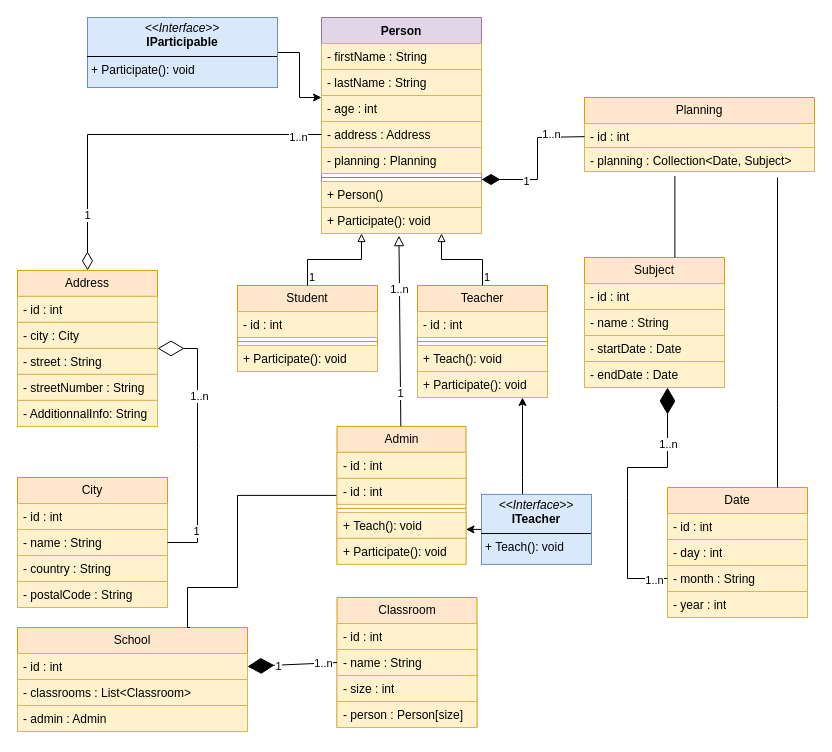
Earlier version of the draw.io diagram UML/Class_diagram.drawio (KMorere/school_uml). Source tidied: cells renumbered, new cells numbered last; positions are measured from the earlier drawing's top-left corner, leaving out a move shared by most shapes. Both pictures are drawn from the tidied source at 100%, with x=0, y=0 at pixel (17, 17).
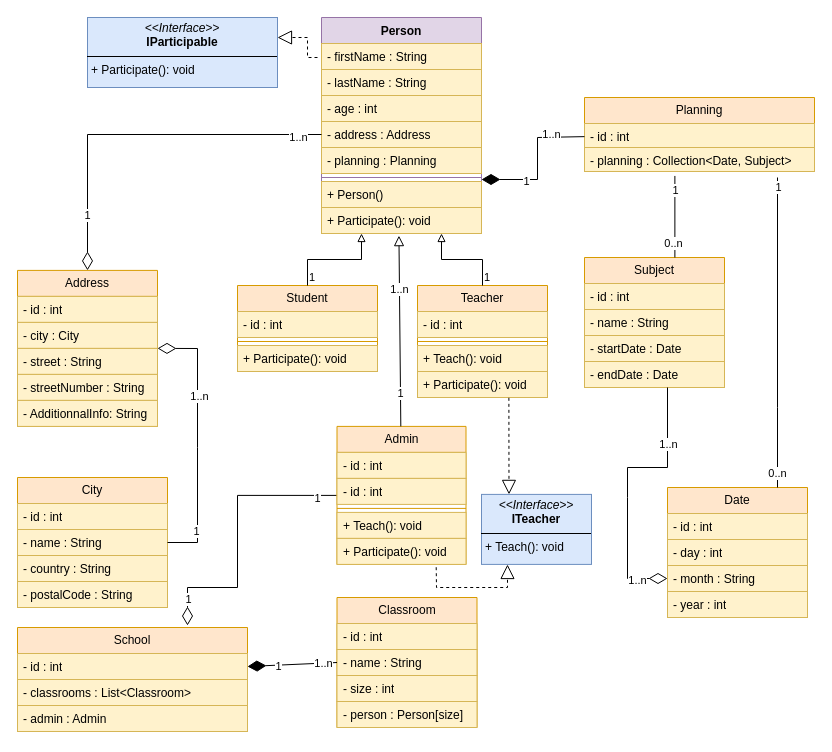
The same diagram, later.

Commit message:
Updated the class diagram for the interface.

The change refers to these unchanged cells:
```xml
<mxCell id="2" value="Person" style="swimlane;fontStyle=1;align=center;verticalAlign=top;horizontal=1;startSize=26;whiteSpace=wrap;html=1;fillColor=#e1d5e7;strokeColor=#9673a6;" parent="1" vertex="1">
  <mxGeometry x="304" width="160" height="216" as="geometry" />
</mxCell>
<mxCell id="14" value="Address" style="swimlane;fontStyle=0;horizontal=1;startSize=26;fillColor=#ffe6cc;whiteSpace=wrap;html=1;strokeColor=#d79b00;" parent="1" vertex="1">
  <mxGeometry y="252.9" width="140" height="156" as="geometry" />
</mxCell>
<mxCell id="22" value="- name : String" style="text;strokeColor=#d6b656;fillColor=#fff2cc;align=left;verticalAlign=top;spacingLeft=4;spacingRight=4;overflow=hidden;points=[[0,0.5],[1,0.5]];portConstraint=eastwest;whiteSpace=wrap;html=1;" parent="20" vertex="1">
  <mxGeometry y="52" width="140" height="26" as="geometry" />
</mxCell>
<mxCell id="33" value="- month : String" style="text;strokeColor=#d6b656;fillColor=#fff2cc;align=left;verticalAlign=top;spacingLeft=4;spacingRight=4;overflow=hidden;points=[[0,0.5],[1,0.5]];portConstraint=eastwest;whiteSpace=wrap;html=1;" parent="30" vertex="1">
  <mxGeometry y="78" width="140" height="26" as="geometry" />
</mxCell>
<mxCell id="38" value="School" style="swimlane;fontStyle=0;horizontal=1;startSize=26;fillColor=#ffe6cc;whiteSpace=wrap;html=1;strokeColor=#d79b00;" parent="1" vertex="1">
  <mxGeometry y="610" width="230" height="104" as="geometry" />
</mxCell>
<mxCell id="39" value="- id : int" style="text;strokeColor=#d6b656;fillColor=#fff2cc;align=left;verticalAlign=top;spacingLeft=4;spacingRight=4;overflow=hidden;points=[[0,0.5],[1,0.5]];portConstraint=eastwest;whiteSpace=wrap;html=1;" parent="38" vertex="1">
  <mxGeometry y="26" width="230" height="26" as="geometry" />
</mxCell>
<mxCell id="42" style="edgeStyle=orthogonalEdgeStyle;rounded=0;jettySize=auto;html=1;endArrow=none;endFill=0;" parent="1" edge="1" target="30">
  <mxGeometry relative="1" as="geometry">
    <mxPoint x="760" y="160" as="sourcePoint" />
    <Array as="points">
      <mxPoint x="760" y="390" />
      <mxPoint x="760" y="390" />
    </Array>
  </mxGeometry>
</mxCell>
<mxCell id="43" style="edgeStyle=orthogonalEdgeStyle;rounded=0;jettySize=auto;html=1;endArrow=none;endFill=0;exitX=0.393;exitY=1.185;exitDx=0;exitDy=0;exitPerimeter=0;" parent="1" edge="1" source="37" target="25">
  <mxGeometry relative="1" as="geometry">
    <Array as="points">
      <mxPoint x="620" y="290" />
      <mxPoint x="620" y="290" />
    </Array>
  </mxGeometry>
</mxCell>
<mxCell id="48" value="Teacher" style="swimlane;fontStyle=0;horizontal=1;startSize=26;fillColor=#ffe6cc;whiteSpace=wrap;html=1;strokeColor=#d79b00;" parent="1" vertex="1">
  <mxGeometry x="400" y="268" width="130" height="112" as="geometry" />
</mxCell>
<mxCell id="52" value="+ Participate(): void" style="text;strokeColor=#d6b656;fillColor=#fff2cc;align=left;verticalAlign=top;spacingLeft=4;spacingRight=4;overflow=hidden;points=[[0,0.5],[1,0.5]];portConstraint=eastwest;whiteSpace=wrap;html=1;" parent="48" vertex="1">
  <mxGeometry y="86" width="130" height="26" as="geometry" />
</mxCell>
<mxCell id="54" value="Admin" style="swimlane;fontStyle=0;horizontal=1;startSize=26;fillColor=#ffe6cc;whiteSpace=wrap;html=1;strokeColor=#d79b00;" parent="1" vertex="1">
  <mxGeometry x="319.5" y="408.9" width="129" height="138" as="geometry" />
</mxCell>
<mxCell id="59" value="+ Participate(): void" style="text;strokeColor=#d6b656;fillColor=#fff2cc;align=left;verticalAlign=top;spacingLeft=4;spacingRight=4;overflow=hidden;points=[[0,0.5],[1,0.5]];portConstraint=eastwest;whiteSpace=wrap;html=1;" parent="54" vertex="1">
  <mxGeometry y="112" width="129" height="26" as="geometry" />
</mxCell>
<mxCell id="60" value="City" style="swimlane;fontStyle=0;horizontal=1;startSize=26;fillColor=#ffe6cc;whiteSpace=wrap;html=1;strokeColor=#d79b00;" parent="1" vertex="1">
  <mxGeometry y="460" width="150" height="130" as="geometry" />
</mxCell>
<mxCell id="86" value="&lt;p style=&quot;margin:0px;margin-top:4px;text-align:center;&quot;&gt;&lt;i&gt;&amp;lt;&amp;lt;Interface&amp;gt;&amp;gt;&lt;/i&gt;&lt;br&gt;&lt;b&gt;ITeacher&lt;/b&gt;&lt;/p&gt;&lt;hr size=&quot;1&quot; style=&quot;border-style:solid;&quot;&gt;&lt;p style=&quot;margin:0px;margin-left:4px;&quot;&gt;+ Teach(): void&lt;br&gt;&lt;/p&gt;" style="verticalAlign=top;align=left;overflow=fill;html=1;whiteSpace=wrap;fillColor=#dae8fc;strokeColor=#6c8ebf;" parent="1" vertex="1">
  <mxGeometry x="464" y="476.9" width="110" height="70" as="geometry" />
</mxCell>
<mxCell id="88" value="&lt;p style=&quot;margin:0px;margin-top:4px;text-align:center;&quot;&gt;&lt;i&gt;&amp;lt;&amp;lt;Interface&amp;gt;&amp;gt;&lt;/i&gt;&lt;br&gt;&lt;b&gt;IParticipable&lt;/b&gt;&lt;/p&gt;&lt;hr size=&quot;1&quot; style=&quot;border-style:solid;&quot;&gt;&lt;p style=&quot;margin:0px;margin-left:4px;&quot;&gt;+ Participate(): void&lt;br&gt;&lt;/p&gt;" style="verticalAlign=top;align=left;overflow=fill;html=1;whiteSpace=wrap;fillColor=#dae8fc;strokeColor=#6c8ebf;" parent="1" vertex="1">
  <mxGeometry x="70" width="190" height="70" as="geometry" />
</mxCell>
```

Change to the diagram source:
```diff
@@
+    <mxCell id="89" value="1" style="edgeLabel;html=1;align=center;verticalAlign=middle;" parent="42" vertex="1">
+      <mxGeometry x="-0.94" relative="1" as="geometry" />
+    </mxCell>
+    <mxCell id="90" value="0..n" style="edgeLabel;html=1;align=center;verticalAlign=middle;" parent="42" vertex="1">
+      <mxGeometry x="0.9" y="-1" relative="1" as="geometry" />
+    </mxCell>
@@
+    <mxCell id="91" value="1" style="edgeLabel;html=1;align=center;verticalAlign=middle;" parent="43" vertex="1">
+      <mxGeometry x="-0.66" relative="1" as="geometry" />
+    </mxCell>
+    <mxCell id="92" value="0..n" style="edgeLabel;html=1;align=center;verticalAlign=middle;" parent="43" vertex="1">
+      <mxGeometry x="0.64" y="-2" relative="1" as="geometry" />
+    </mxCell>
@@
-    <mxCell id="53" style="edgeStyle=orthogonalEdgeStyle;rounded=0;jettySize=auto;html=1;entryX=0.75;entryY=0;entryDx=0;entryDy=0;endArrow=none;endFill=0;" parent="1" edge="1" source="54" target="38">
+    <mxCell id="53" style="edgeStyle=orthogonalEdgeStyle;rounded=0;jettySize=auto;html=1;endArrow=diamondThin;endFill=0;endSize=16;" parent="1" edge="1" source="54">
       <mxGeometry relative="1" as="geometry">
+        <mxPoint x="170" y="608" as="targetPoint" />
         <Array as="points">
           <mxPoint x="220" y="478" />
           <mxPoint x="220" y="570" />
           <mxPoint x="170" y="570" />
-          <mxPoint x="170" y="610" />
         </Array>
       </mxGeometry>
     </mxCell>
+    <mxCell id="93" value="1" style="edgeLabel;html=1;align=center;verticalAlign=middle;" parent="53" vertex="1">
+      <mxGeometry x="0.85" relative="1" as="geometry">
+        <mxPoint y="-6" as="offset" />
+      </mxGeometry>
+    </mxCell>
+    <mxCell id="94" value="1" style="edgeLabel;html=1;align=center;verticalAlign=middle;" parent="53" vertex="1">
+      <mxGeometry x="-0.85" y="3" relative="1" as="geometry">
+        <mxPoint x="1" as="offset" />
+      </mxGeometry>
+    </mxCell>
@@
-    <mxCell id="68" style="endArrow=diamondThin;endFill=1;endSize=24;html=1;rounded=0;entryX=1;entryY=0.5;entryDx=0;entryDy=0;exitX=0;exitY=0.5;exitDx=0;exitDy=0;" parent="1" edge="1" source="22" target="39">
+    <mxCell id="68" style="endArrow=diamondThin;endFill=1;endSize=16;html=1;rounded=0;entryX=1;entryY=0.5;entryDx=0;entryDy=0;exitX=0;exitY=0.5;exitDx=0;exitDy=0;" parent="1" edge="1" source="22" target="39">
       <mxGeometry relative="1" as="geometry" />
     </mxCell>
@@
-    <mxCell id="71" style="endArrow=diamondThin;endFill=0;endSize=24;html=1;rounded=0;exitX=1;exitY=0.5;exitDx=0;exitDy=0;entryX=1;entryY=0.5;entryDx=0;entryDy=0;" parent="1" edge="1" source="60" target="14">
+    <mxCell id="71" style="endArrow=diamondThin;endFill=0;endSize=16;html=1;rounded=0;exitX=1;exitY=0.5;exitDx=0;exitDy=0;entryX=1;entryY=0.5;entryDx=0;entryDy=0;" parent="1" edge="1" source="60" target="14">
       <mxGeometry relative="1" as="geometry">
         <Array as="points">
           <mxPoint x="180" y="525" />
           <mxPoint x="180" y="430" />
           <mxPoint x="180" y="331" />
         </Array>
       </mxGeometry>
     </mxCell>
@@
-    <mxCell id="74" style="endArrow=diamondThin;endFill=1;endSize=24;html=1;rounded=0;exitX=0;exitY=0.5;exitDx=0;exitDy=0;" parent="1" edge="1" source="33">
+    <mxCell id="74" style="endArrow=none;endFill=0;endSize=6;html=1;rounded=0;exitX=0;exitY=0.5;exitDx=0;exitDy=0;startArrow=diamondThin;startFill=0;startSize=16;" parent="1" edge="1" source="33">
       <mxGeometry relative="1" as="geometry">
         <mxPoint x="650" y="370" as="targetPoint" />
         <Array as="points">
           <mxPoint x="610" y="561" />
           <mxPoint x="610" y="480" />
           <mxPoint x="610" y="450" />
           <mxPoint x="650" y="450" />
         </Array>
       </mxGeometry>
     </mxCell>
     <mxCell id="75" value="1..n" style="edgeLabel;html=1;align=center;verticalAlign=middle;" parent="74" vertex="1">
-      <mxGeometry x="-0.9" y="1" relative="1" as="geometry" />
+      <mxGeometry x="-0.9" y="1" relative="1" as="geometry">
+        <mxPoint x="-17" as="offset" />
+      </mxGeometry>
     </mxCell>
@@
-    <mxCell id="84" style="edgeStyle=orthogonalEdgeStyle;rounded=0;jettySize=auto;html=1;" parent="1" edge="1" source="86" target="54">
-      <mxGeometry relative="1" as="geometry">
-        <Array as="points">
-          <mxPoint x="380" y="540" />
-          <mxPoint x="380" y="540" />
-        </Array>
-      </mxGeometry>
-    </mxCell>
-    <mxCell id="85" style="edgeStyle=orthogonalEdgeStyle;rounded=0;jettySize=auto;html=1;" parent="1" edge="1" source="86" target="48">
-      <mxGeometry relative="1" as="geometry">
-        <Array as="points">
-          <mxPoint x="505" y="460" />
-          <mxPoint x="505" y="460" />
-        </Array>
-      </mxGeometry>
-    </mxCell>
@@
-    <mxCell id="87" style="edgeStyle=orthogonalEdgeStyle;rounded=0;jettySize=auto;html=1;" parent="1" edge="1" source="88" target="2">
-      <mxGeometry relative="1" as="geometry">
-        <Array as="points">
-          <mxPoint x="282" y="35" />
-          <mxPoint x="282" y="80" />
-        </Array>
-      </mxGeometry>
-    </mxCell>
@@
+    <mxCell id="95" style="endArrow=block;dashed=1;endFill=0;endSize=12;html=1;rounded=0;" parent="1" edge="1">
+      <mxGeometry relative="1" as="geometry">
+        <mxPoint x="300" y="40" as="sourcePoint" />
+        <mxPoint x="260" y="20" as="targetPoint" />
+        <Array as="points">
+          <mxPoint x="290" y="40" />
+          <mxPoint x="290" y="20" />
+        </Array>
+      </mxGeometry>
+    </mxCell>
+    <mxCell id="96" style="endArrow=block;dashed=1;endFill=0;endSize=12;html=1;rounded=0;entryX=0.25;entryY=0;entryDx=0;entryDy=0;exitX=0.703;exitY=1.013;exitDx=0;exitDy=0;exitPerimeter=0;" parent="1" edge="1" source="52" target="86">
+      <mxGeometry relative="1" as="geometry" />
+    </mxCell>
+    <mxCell id="97" style="endArrow=block;dashed=1;endFill=0;endSize=12;html=1;rounded=0;exitX=0.769;exitY=1.108;exitDx=0;exitDy=0;exitPerimeter=0;" parent="1" edge="1" source="59">
+      <mxGeometry relative="1" as="geometry">
+        <mxPoint x="490" y="547" as="targetPoint" />
+        <Array as="points">
+          <mxPoint x="419" y="570" />
+          <mxPoint x="490" y="570" />
+        </Array>
+      </mxGeometry>
+    </mxCell>
```
